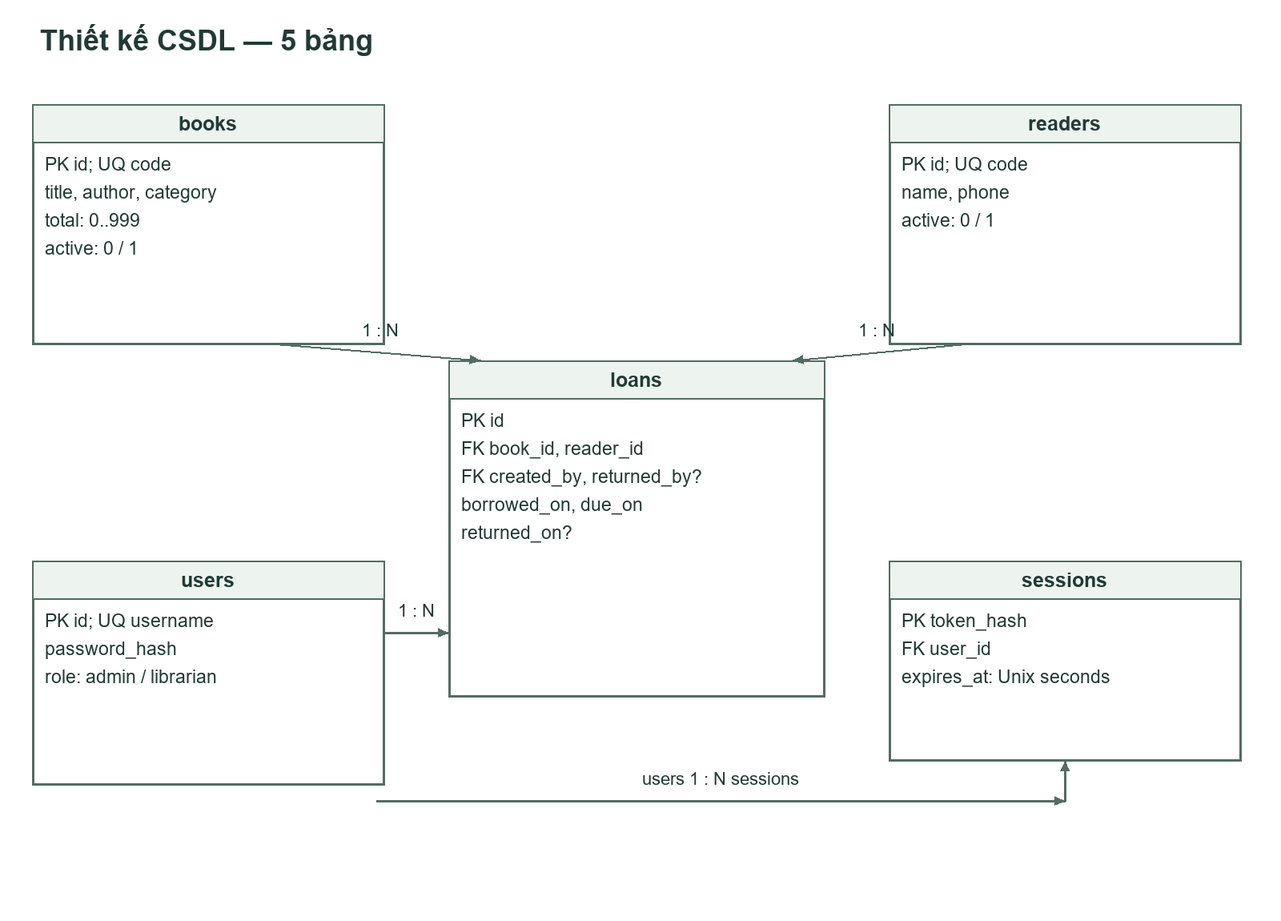
khoiln218/ThuVienMini keeps this PlantUML diagram as docs/uml/07_er.png. Above is the earlier version. Its source is kept beside it as docs/uml/07_er.puml. Source of this version:
```plantuml
@startuml
skinparam defaultFontName Arial
skinparam shadowing false
entity books {
 *id : INTEGER <<PK>>
 --
 code : TEXT <<UQ>>
 title : TEXT
 author : TEXT
 category : TEXT
 total : INTEGER
 active : INTEGER
}
entity readers {
 *id : INTEGER <<PK>>
 --
 code : TEXT <<UQ>>
 name : TEXT
 phone : TEXT
 active : INTEGER
}
entity loans {
 *id : INTEGER <<PK>>
 --
 book_id : INTEGER <<FK>>
 reader_id : INTEGER <<FK>>
 created_by : INTEGER <<FK>>
 returned_by : INTEGER <<FK nullable>>
 borrowed_on : TEXT
 due_on : TEXT
 returned_on : TEXT nullable
}
entity users {
 *id : INTEGER <<PK>>
 --
 username : TEXT <<UQ>>
 password_hash : TEXT
 role : TEXT
}
entity sessions {
 *token_hash : TEXT <<PK>>
 --
 user_id : INTEGER <<FK>>
 expires_at : INTEGER
}
books ||--o{ loans
readers ||--o{ loans
users ||--o{ loans : created_by
users |o--o{ loans : returned_by
users ||--o{ sessions
@enduml
```
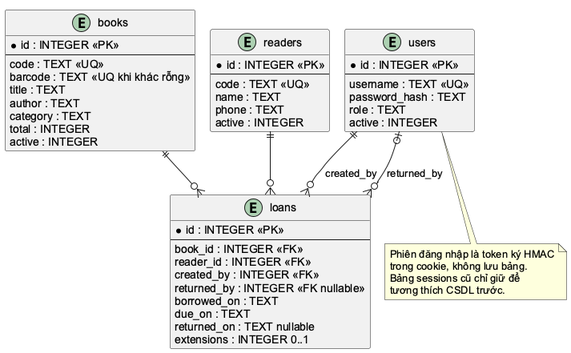
The same file after the commit.

The edit, as a diff of the source:
```diff
@@ -5,6 +5,7 @@
  *id : INTEGER <<PK>>
  --
  code : TEXT <<UQ>>
+ barcode : TEXT <<UQ khi khác rỗng>>
  title : TEXT
  author : TEXT
  category : TEXT
@@ -29,6 +30,7 @@
  borrowed_on : TEXT
  due_on : TEXT
  returned_on : TEXT nullable
+ extensions : INTEGER 0..1
 }
 entity users {
  *id : INTEGER <<PK>>
@@ -36,16 +38,16 @@
  username : TEXT <<UQ>>
  password_hash : TEXT
  role : TEXT
-}
-entity sessions {
- *token_hash : TEXT <<PK>>
- --
- user_id : INTEGER <<FK>>
- expires_at : INTEGER
+ active : INTEGER
 }
 books ||--o{ loans
 readers ||--o{ loans
 users ||--o{ loans : created_by
 users |o--o{ loans : returned_by
-users ||--o{ sessions
+note bottom of users
+ Phiên đăng nhập là token ký HMAC
+ trong cookie, không lưu bảng.
+ Bảng sessions cũ chỉ giữ để
+ tương thích CSDL trước.
+end note
 @enduml
```
